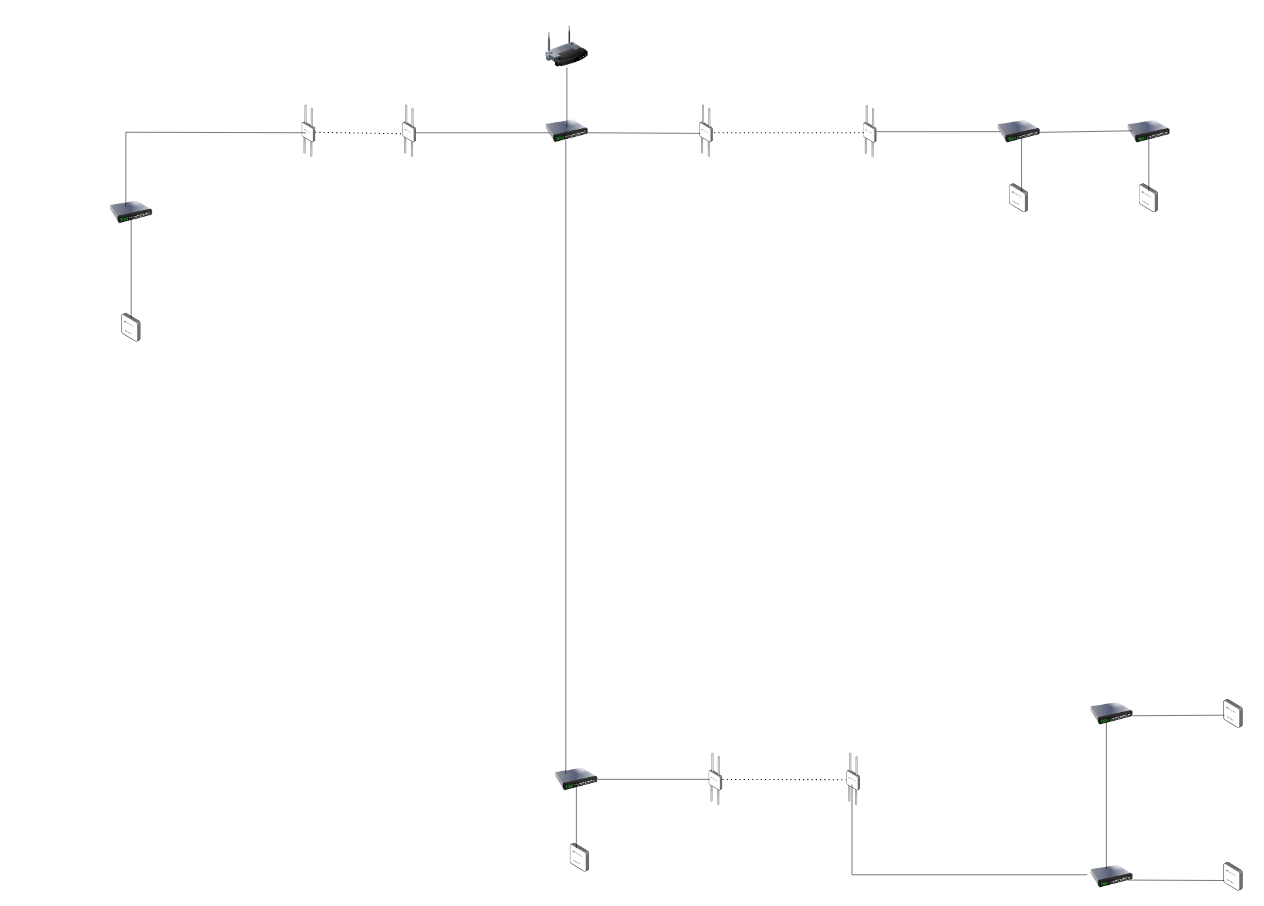
AzazelSloth/infra keeps this draw.io diagram as Schéma CHU-T.drawio. Above is the earlier version. Source tidied: cells renumbered, new cells numbered last; positions are measured from the earlier drawing's top-left corner, leaving out a move shared by most shapes. Both pictures are drawn from the tidied source at 53%, with x=0, y=0 at pixel (110, 25).
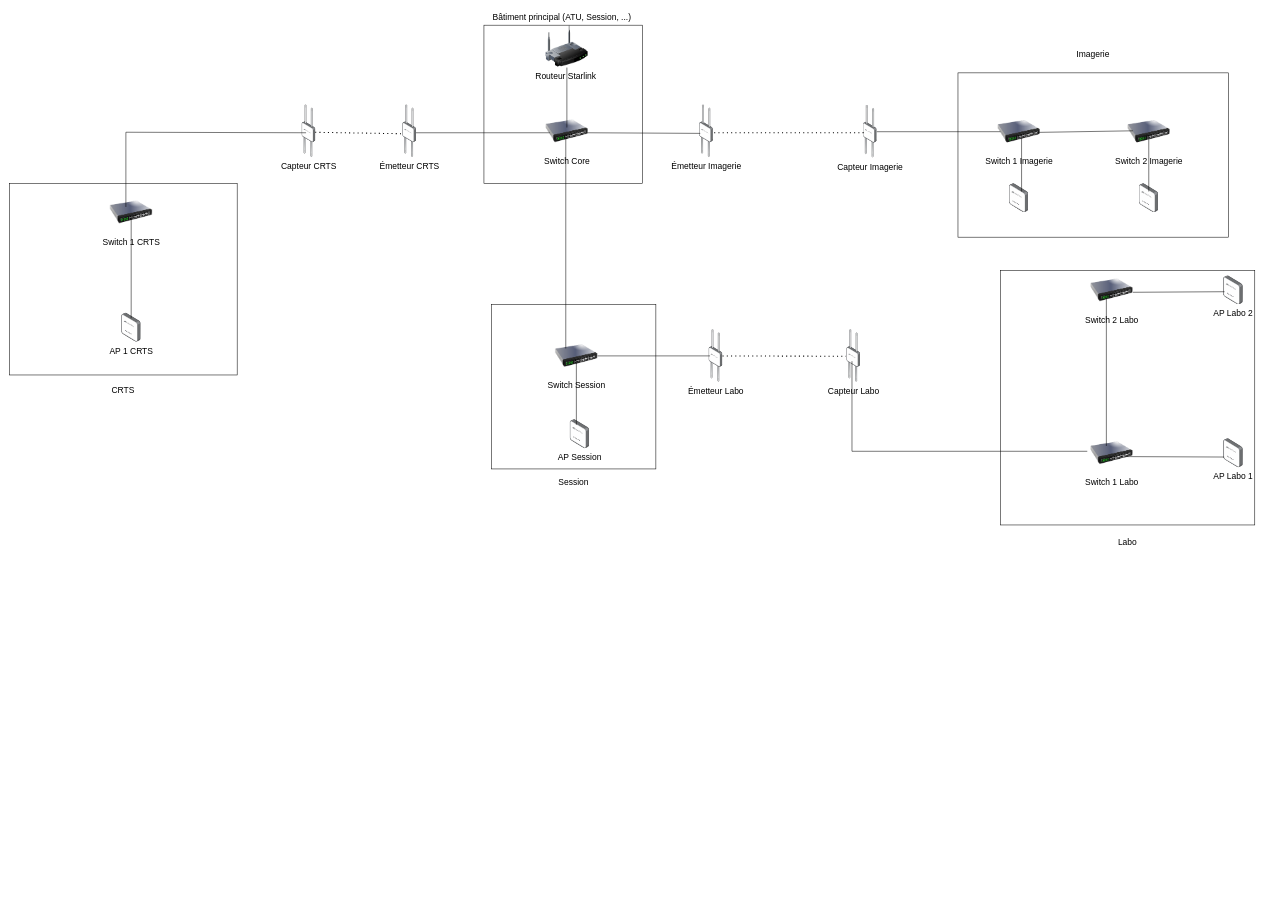
After the change.

What changed in the source:
```diff
@@
+    <mxCell id="41" style="rounded=0;whiteSpace=wrap;html=1;" parent="1" vertex="1">
+      <mxGeometry x="-190" y="299" width="430" height="361" as="geometry" />
+    </mxCell>
+    <mxCell id="42" style="whiteSpace=wrap;html=1;" parent="1" vertex="1">
+      <mxGeometry x="705.6" width="298.8" height="298.8" as="geometry" />
+    </mxCell>
+    <mxCell id="43" style="whiteSpace=wrap;html=1;" parent="1" vertex="1">
+      <mxGeometry x="720" y="527.3" width="310" height="310" as="geometry" />
+    </mxCell>
+    <mxCell id="44" style="rounded=0;whiteSpace=wrap;html=1;" parent="1" vertex="1">
+      <mxGeometry x="1600" y="90" width="510" height="310" as="geometry" />
+    </mxCell>
+    <mxCell id="45" style="whiteSpace=wrap;html=1;" parent="1" vertex="1">
+      <mxGeometry x="1680" y="463" width="480" height="480" as="geometry" />
+    </mxCell>
-    <mxCell id="2" style="image;html=1;image=img/lib/clip_art/networking/Wireless_Router_128x128.png;" parent="1" vertex="1">
+    <mxCell id="2" value="&lt;font style=&quot;font-size: 16px;&quot;&gt;Routeur Starlink&amp;nbsp;&lt;/font&gt;" style="image;html=1;image=img/lib/clip_art/networking/Wireless_Router_128x128.png;" parent="1" vertex="1">
       <mxGeometry x="822.1" width="80" height="80" as="geometry" />
     </mxCell>
-    <mxCell id="3" style="image;html=1;image=img/lib/clip_art/networking/Switch_128x128.png;" parent="1" vertex="1">
+    <mxCell id="3" value="&lt;font size=&quot;3&quot;&gt;Switch Core&lt;/font&gt;" style="image;html=1;image=img/lib/clip_art/networking/Switch_128x128.png;" parent="1" vertex="1">
       <mxGeometry x="822.1" y="160" width="80" height="80" as="geometry" />
     </mxCell>
-    <mxCell id="4" style="image;html=1;image=img/lib/clip_art/networking/Switch_128x128.png;" parent="1" vertex="1">
+    <mxCell id="4" value="&lt;font size=&quot;3&quot;&gt;Switch 1 Imagerie&lt;/font&gt;" style="image;html=1;image=img/lib/clip_art/networking/Switch_128x128.png;" parent="1" vertex="1">
       <mxGeometry x="1675" y="160.8" width="80" height="80" as="geometry" />
     </mxCell>
@@
-    <mxCell id="6" style="image;points=[];html=1;align=center;shadow=0;dashed=0;image=img/lib/allied_telesis/wireless/Access_Point_Outdoor.svg;" parent="1" vertex="1">
+    <mxCell id="6" value="&lt;font size=&quot;3&quot;&gt;Capteur Imagerie&lt;/font&gt;" style="image;points=[];html=1;align=center;shadow=0;dashed=0;image=img/lib/allied_telesis/wireless/Access_Point_Outdoor.svg;" parent="1" vertex="1">
       <mxGeometry x="1421.1" y="151" width="25.8" height="99.6" as="geometry" />
     </mxCell>
-    <mxCell id="7" style="image;html=1;image=img/lib/clip_art/networking/Switch_128x128.png;" parent="1" vertex="1">
-      <mxGeometry x="840" y="1383" width="80" height="80" as="geometry" />
+    <mxCell id="7" value="&lt;font size=&quot;3&quot;&gt;Switch Session&lt;/font&gt;" style="image;html=1;image=img/lib/clip_art/networking/Switch_128x128.png;" parent="1" vertex="1">
+      <mxGeometry x="840" y="584" width="80" height="80" as="geometry" />
     </mxCell>
-    <mxCell id="8" style="image;points=[];html=1;align=center;shadow=0;dashed=0;image=img/lib/allied_telesis/wireless/Access_Point_Outdoor.svg;" parent="1" vertex="1">
+    <mxCell id="8" value="&lt;font size=&quot;3&quot;&gt;Capteur CRTS&lt;/font&gt;" style="image;points=[];html=1;align=center;shadow=0;dashed=0;image=img/lib/allied_telesis/wireless/Access_Point_Outdoor.svg;" parent="1" vertex="1">
       <mxGeometry x="362.1" y="150.2" width="25.8" height="99.6" as="geometry" />
     </mxCell>
-    <mxCell id="9" style="image;points=[];html=1;align=center;shadow=0;dashed=0;image=img/lib/allied_telesis/wireless/Access_Point_Indoor.svg;" parent="1" vertex="1">
-      <mxGeometry x="868" y="1543" width="36.6" height="54.6" as="geometry" />
+    <mxCell id="9" value="&lt;font size=&quot;3&quot;&gt;AP Session&lt;/font&gt;" style="image;points=[];html=1;align=center;shadow=0;dashed=0;image=img/lib/allied_telesis/wireless/Access_Point_Indoor.svg;" parent="1" vertex="1">
+      <mxGeometry x="868" y="744" width="36.6" height="54.6" as="geometry" />
     </mxCell>
-    <mxCell id="10" style="image;points=[];html=1;align=center;shadow=0;dashed=0;image=img/lib/allied_telesis/wireless/Access_Point_Outdoor.svg;" parent="1" vertex="1">
-      <mxGeometry x="1130" y="1373.2" width="25.8" height="99.6" as="geometry" />
+    <mxCell id="10" value="&lt;font size=&quot;3&quot;&gt;Émetteur Labo&lt;/font&gt;" style="image;points=[];html=1;align=center;shadow=0;dashed=0;image=img/lib/allied_telesis/wireless/Access_Point_Outdoor.svg;" parent="1" vertex="1">
+      <mxGeometry x="1130" y="574.2" width="25.8" height="99.6" as="geometry" />
     </mxCell>
-    <mxCell id="11" style="image;points=[];html=1;align=center;shadow=0;dashed=0;image=img/lib/allied_telesis/wireless/Access_Point_Outdoor.svg;" parent="1" vertex="1">
+    <mxCell id="11" value="&lt;font size=&quot;3&quot;&gt;Émetteur Imagerie&lt;/font&gt;" style="image;points=[];html=1;align=center;shadow=0;dashed=0;image=img/lib/allied_telesis/wireless/Access_Point_Outdoor.svg;" parent="1" vertex="1">
       <mxGeometry x="1112.1" y="150.2" width="25.8" height="99.6" as="geometry" />
     </mxCell>
-    <mxCell id="12" style="image;points=[];html=1;align=center;shadow=0;dashed=0;image=img/lib/allied_telesis/wireless/Access_Point_Outdoor.svg;" parent="1" vertex="1">
-      <mxGeometry x="1390" y="1373.2" width="25.8" height="99.6" as="geometry" />
+    <mxCell id="12" value="&lt;font size=&quot;3&quot;&gt;Capteur Labo&lt;/font&gt;" style="image;points=[];html=1;align=center;shadow=0;dashed=0;image=img/lib/allied_telesis/wireless/Access_Point_Outdoor.svg;" parent="1" vertex="1">
+      <mxGeometry x="1390" y="574.2" width="25.8" height="99.6" as="geometry" />
     </mxCell>
-    <mxCell id="13" style="image;points=[];html=1;align=center;shadow=0;dashed=0;image=img/lib/allied_telesis/wireless/Access_Point_Indoor.svg;" parent="1" vertex="1">
+    <mxCell id="13" value="&lt;font size=&quot;3&quot;&gt;AP 1 CRTS&lt;/font&gt;" style="image;points=[];html=1;align=center;shadow=0;dashed=0;image=img/lib/allied_telesis/wireless/Access_Point_Indoor.svg;" parent="1" vertex="1">
       <mxGeometry x="21.7" y="543" width="36.6" height="54.6" as="geometry" />
     </mxCell>
-    <mxCell id="14" style="image;html=1;image=img/lib/clip_art/networking/Switch_128x128.png;" parent="1" vertex="1">
+    <mxCell id="14" value="&lt;font size=&quot;3&quot;&gt;Switch 1 CRTS&lt;/font&gt;" style="image;html=1;image=img/lib/clip_art/networking/Switch_128x128.png;" parent="1" vertex="1">
       <mxGeometry y="313" width="80" height="80" as="geometry" />
     </mxCell>
-    <mxCell id="15" style="image;html=1;image=img/lib/clip_art/networking/Switch_128x128.png;" parent="1" vertex="1">
-      <mxGeometry x="1850" y="1259" width="80" height="80" as="geometry" />
+    <mxCell id="15" value="&lt;font size=&quot;3&quot;&gt;Switch 2 Labo&lt;/font&gt;" style="image;html=1;image=img/lib/clip_art/networking/Switch_128x128.png;" parent="1" vertex="1">
+      <mxGeometry x="1850" y="460" width="80" height="80" as="geometry" />
     </mxCell>
-    <mxCell id="16" style="image;html=1;image=img/lib/clip_art/networking/Switch_128x128.png;" parent="1" vertex="1">
-      <mxGeometry x="1850" y="1566.3" width="80" height="80" as="geometry" />
+    <mxCell id="16" value="&lt;font size=&quot;3&quot;&gt;Switch 1 Labo&lt;/font&gt;" style="image;html=1;image=img/lib/clip_art/networking/Switch_128x128.png;" parent="1" vertex="1">
+      <mxGeometry x="1850" y="767.3" width="80" height="80" as="geometry" />
     </mxCell>
-    <mxCell id="17" style="image;points=[];html=1;align=center;shadow=0;dashed=0;image=img/lib/allied_telesis/wireless/Access_Point_Indoor.svg;" parent="1" vertex="1">
-      <mxGeometry x="2100" y="1579" width="38.6" height="54.6" as="geometry" />
+    <mxCell id="17" value="&lt;font size=&quot;3&quot;&gt;AP Labo 1&lt;/font&gt;" style="image;points=[];html=1;align=center;shadow=0;dashed=0;image=img/lib/allied_telesis/wireless/Access_Point_Indoor.svg;" parent="1" vertex="1">
+      <mxGeometry x="2100" y="780" width="38.6" height="54.6" as="geometry" />
     </mxCell>
-    <mxCell id="18" style="image;points=[];html=1;align=center;shadow=0;dashed=0;image=img/lib/allied_telesis/wireless/Access_Point_Indoor.svg;" parent="1" vertex="1">
-      <mxGeometry x="2100" y="1271.7" width="38.6" height="54.6" as="geometry" />
+    <mxCell id="18" value="&lt;font size=&quot;3&quot;&gt;AP Labo 2&lt;/font&gt;" style="image;points=[];html=1;align=center;shadow=0;dashed=0;image=img/lib/allied_telesis/wireless/Access_Point_Indoor.svg;" parent="1" vertex="1">
+      <mxGeometry x="2100" y="472.7" width="38.6" height="54.6" as="geometry" />
     </mxCell>
@@
-    <mxCell id="20" style="image;html=1;image=img/lib/clip_art/networking/Switch_128x128.png;" parent="1" vertex="1">
+    <mxCell id="20" value="&lt;font size=&quot;3&quot;&gt;Switch 2 Imagerie&lt;/font&gt;" style="image;html=1;image=img/lib/clip_art/networking/Switch_128x128.png;" parent="1" vertex="1">
       <mxGeometry x="1920" y="160.8" width="80" height="80" as="geometry" />
     </mxCell>
@@
-    <mxCell id="23" style="image;points=[];html=1;align=center;shadow=0;dashed=0;image=img/lib/allied_telesis/wireless/Access_Point_Outdoor.svg;" parent="1" vertex="1">
+    <mxCell id="23" value="&lt;font style=&quot;font-size: 16px;&quot;&gt;Émetteur CRTS&lt;/font&gt;" style="image;points=[];html=1;align=center;shadow=0;dashed=0;image=img/lib/allied_telesis/wireless/Access_Point_Outdoor.svg;" parent="1" vertex="1">
       <mxGeometry x="552.1" y="150.2" width="25.8" height="99.6" as="geometry" />
     </mxCell>
@@
-    <mxCell id="25" style="endArrow=none;html=1;rounded=0;" parent="1" edge="1">
+    <mxCell id="25" style="endArrow=none;html=1;rounded=0;exitX=0.474;exitY=0.625;exitDx=0;exitDy=0;exitPerimeter=0;" parent="1" edge="1" source="3">
       <mxGeometry relative="1" as="geometry">
-        <mxPoint x="860" y="217" as="sourcePoint" />
-        <mxPoint x="860" y="1413" as="targetPoint" />
+        <mxPoint x="860" y="610" as="targetPoint" />
       </mxGeometry>
     </mxCell>
@@
     <mxCell id="32" style="endArrow=none;html=1;rounded=0;exitX=0.328;exitY=0.183;exitDx=0;exitDy=0;exitPerimeter=0;" parent="1" edge="1" source="9">
       <mxGeometry relative="1" as="geometry">
-        <mxPoint x="880" y="1433" as="targetPoint" />
+        <mxPoint x="880" y="634" as="targetPoint" />
       </mxGeometry>
     </mxCell>
     <mxCell id="33" style="endArrow=none;html=1;rounded=0;entryX=0.086;entryY=0.5;entryDx=0;entryDy=0;entryPerimeter=0;" parent="1" edge="1" target="10">
       <mxGeometry relative="1" as="geometry">
-        <mxPoint x="920" y="1423" as="sourcePoint" />
+        <mxPoint x="920" y="624" as="sourcePoint" />
       </mxGeometry>
     </mxCell>
     <mxCell id="34" style="endArrow=none;html=1;rounded=0;entryX=0.125;entryY=0.584;entryDx=0;entryDy=0;entryPerimeter=0;" parent="1" edge="1">
       <mxGeometry relative="1" as="geometry">
-        <mxPoint x="1400" y="1433" as="sourcePoint" />
-        <mxPoint x="1844" y="1603" as="targetPoint" />
+        <mxPoint x="1400" y="634" as="sourcePoint" />
+        <mxPoint x="1844" y="804" as="targetPoint" />
         <Array as="points">
-          <mxPoint x="1400" y="1603" />
+          <mxPoint x="1400" y="804" />
         </Array>
       </mxGeometry>
     </mxCell>
     <mxCell id="35" style="endArrow=none;html=1;rounded=0;entryX=0.375;entryY=0.675;entryDx=0;entryDy=0;entryPerimeter=0;" parent="1" edge="1" target="15">
       <mxGeometry relative="1" as="geometry">
-        <mxPoint x="1880" y="1593" as="sourcePoint" />
+        <mxPoint x="1880" y="794" as="sourcePoint" />
       </mxGeometry>
     </mxCell>
     <mxCell id="36" style="endArrow=none;html=1;rounded=0;entryX=0.056;entryY=0.638;entryDx=0;entryDy=0;entryPerimeter=0;" parent="1" edge="1" target="17">
       <mxGeometry relative="1" as="geometry">
-        <mxPoint x="1920" y="1613" as="sourcePoint" />
+        <mxPoint x="1920" y="814" as="sourcePoint" />
       </mxGeometry>
     </mxCell>
     <mxCell id="37" style="endArrow=none;html=1;rounded=0;entryX=0.077;entryY=0.553;entryDx=0;entryDy=0;entryPerimeter=0;" parent="1" edge="1" target="18">
       <mxGeometry relative="1" as="geometry">
-        <mxPoint x="1930" y="1303" as="sourcePoint" />
+        <mxPoint x="1930" y="504" as="sourcePoint" />
       </mxGeometry>
     </mxCell>
@@
     <mxCell id="40" style="endArrow=none;dashed=1;html=1;dashPattern=1 3;strokeWidth=2;rounded=0;entryX=-0.057;entryY=0.506;entryDx=0;entryDy=0;entryPerimeter=0;" parent="1" edge="1" target="12">
       <mxGeometry relative="1" as="geometry">
-        <mxPoint x="1155.8" y="1423.2" as="sourcePoint" />
+        <mxPoint x="1155.8" y="624.2" as="sourcePoint" />
       </mxGeometry>
     </mxCell>
+    <mxCell id="46" value="&lt;font style=&quot;font-size: 16px;&quot;&gt;Bâtiment principal (ATU, Session, ...)&lt;/font&gt;" style="text;html=1;whiteSpace=wrap;strokeColor=none;fillColor=none;align=center;verticalAlign=middle;rounded=0;" parent="1" vertex="1">
+      <mxGeometry x="705.6" y="-30" width="294.4" height="30" as="geometry" />
+    </mxCell>
+    <mxCell id="47" value="&lt;font style=&quot;font-size: 16px;&quot;&gt;Session&lt;/font&gt;" style="text;html=1;whiteSpace=wrap;strokeColor=none;fillColor=none;align=center;verticalAlign=middle;rounded=0;" parent="1" vertex="1">
+      <mxGeometry x="727.8" y="847.3" width="294.4" height="30" as="geometry" />
+    </mxCell>
+    <mxCell id="48" value="&lt;font style=&quot;font-size: 16px;&quot;&gt;CRTS&lt;/font&gt;" style="text;html=1;whiteSpace=wrap;strokeColor=none;fillColor=none;align=center;verticalAlign=middle;rounded=0;" parent="1" vertex="1">
+      <mxGeometry x="-122.2" y="673.8" width="294.4" height="30" as="geometry" />
+    </mxCell>
+    <mxCell id="49" value="&lt;font style=&quot;font-size: 16px;&quot;&gt;Labo&lt;/font&gt;" style="text;html=1;whiteSpace=wrap;strokeColor=none;fillColor=none;align=center;verticalAlign=middle;rounded=0;" parent="1" vertex="1">
+      <mxGeometry x="1772.8" y="960" width="294.4" height="30" as="geometry" />
+    </mxCell>
+    <mxCell id="50" value="&lt;font style=&quot;font-size: 16px;&quot;&gt;Imagerie&lt;/font&gt;" style="text;html=1;whiteSpace=wrap;strokeColor=none;fillColor=none;align=center;verticalAlign=middle;rounded=0;" parent="1" vertex="1">
+      <mxGeometry x="1707.8" y="40" width="294.4" height="30" as="geometry" />
+    </mxCell>
```
